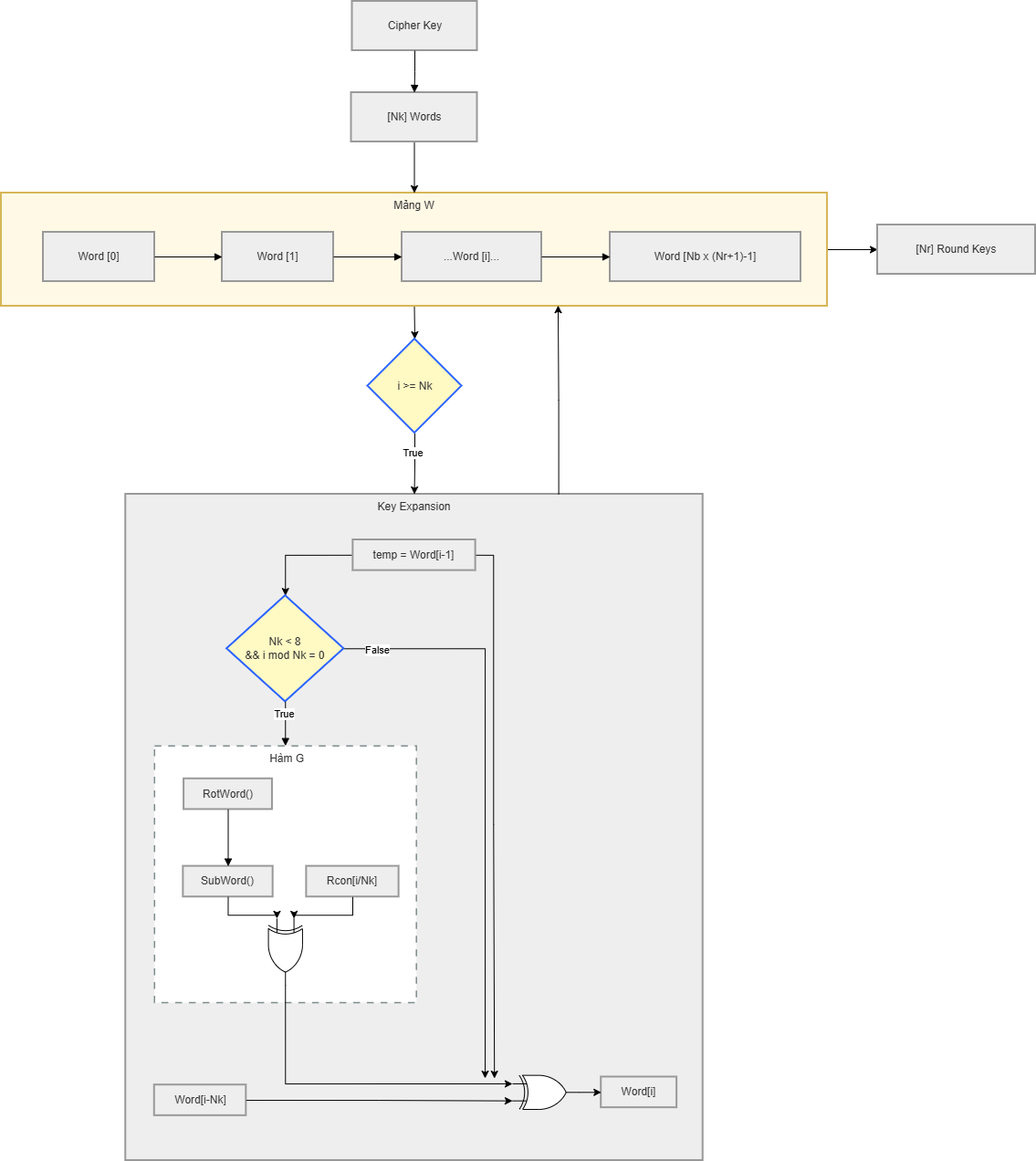
Above: media/AES Key Expansion.png in LQLManZz/AES128-Verilog (draw.io), before the change. Source tidied: cells renumbered, new cells last; positions are measured from the earlier drawing's top-left corner, leaving out a move shared by most shapes.
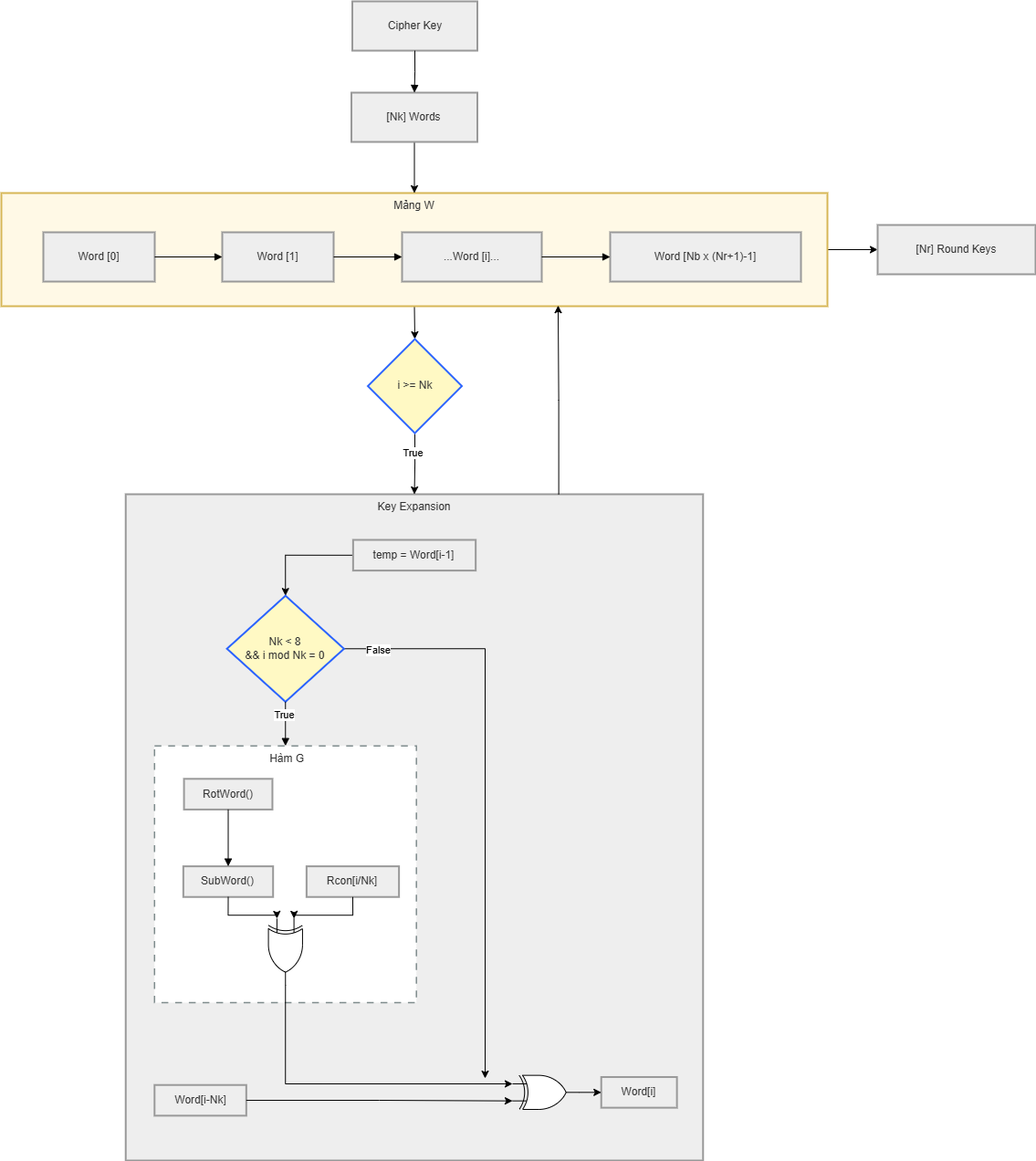
Above is the later version.

What changed in the source:
```diff
@@ -38,17 +38,6 @@
     <mxCell id="13" style="edgeStyle=orthogonalEdgeStyle;rounded=0;jettySize=auto;html=1;exitX=0;exitY=0.5;exitDx=0;exitDy=0;entryX=0.5;entryY=0;entryDx=0;entryDy=0;" parent="2" edge="1" source="15" target="18">
       <mxGeometry relative="1" as="geometry" />
     </mxCell>
-    <mxCell id="14" style="edgeStyle=orthogonalEdgeStyle;rounded=0;jettySize=auto;html=1;exitX=1;exitY=0.5;exitDx=0;exitDy=0;" parent="2" edge="1" source="15">
-      <mxGeometry relative="1" as="geometry">
-        <mxPoint x="403.8" y="640" as="targetPoint" />
-        <Array as="points">
-          <mxPoint x="403" y="67" />
-          <mxPoint x="403" y="362" />
-          <mxPoint x="404" y="362" />
-          <mxPoint x="404" y="640" />
-        </Array>
-      </mxGeometry>
-    </mxCell>
     <mxCell id="15" value="temp = Word[i-1]" style="whiteSpace=wrap;strokeWidth=2;fillColor=light-dark(#eeeeee,#1f2020);strokeColor=light-dark(#999999,#cccccc);fontColor=light-dark(#333333,#cccccc);" parent="2" vertex="1">
       <mxGeometry x="249.1" y="50" width="134.3" height="33.6" as="geometry" />
     </mxCell>
```
